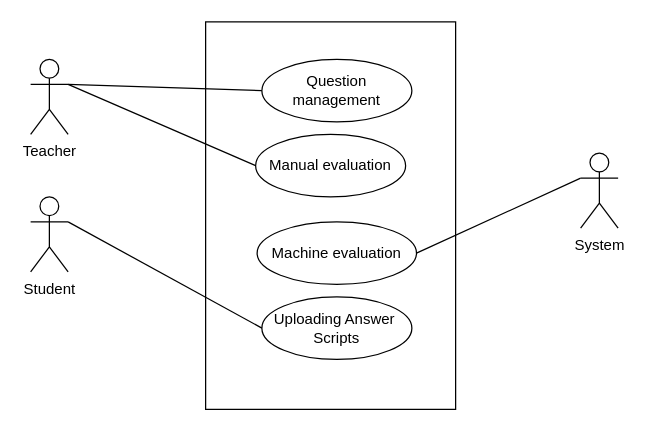
Above: page "UC level 1.4" (6 of 19) of Diagrams.drawio in shirrsho/E-shcool (draw.io), before the change. Source tidied: cells renumbered, new cells numbered last; positions are measured from the earlier drawing's top-left corner, leaving out a move shared by most shapes. Both pictures are drawn from the tidied source at 125%, with x=0, y=0 at pixel (30, 21).
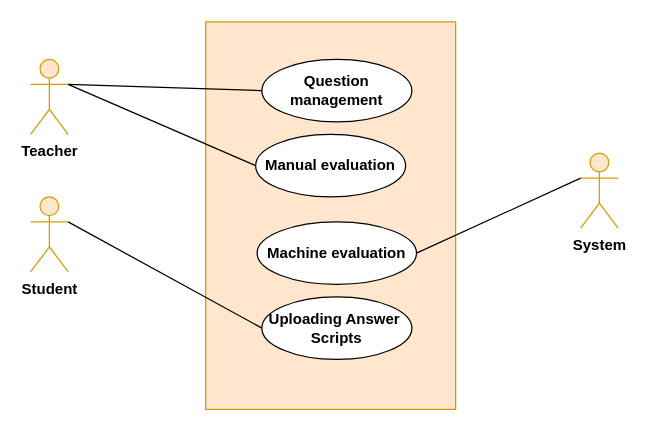
The same page after the edit.

Change to the diagram source:
```diff
@@
 <mxGraphModel>
   <root>
     <mxCell id="0" />
     <mxCell id="1" parent="0" />
-    <mxCell id="2" style="rounded=0;whiteSpace=wrap;html=1;" parent="1" vertex="1">
+    <mxCell id="2" style="rounded=0;whiteSpace=wrap;html=1;fillColor=#ffe6cc;strokeColor=#d79b00;fontStyle=1;" parent="1" vertex="1">
       <mxGeometry x="140" width="200" height="310" as="geometry" />
     </mxCell>
-    <mxCell id="3" value="Question management" style="ellipse;whiteSpace=wrap;html=1;" parent="1" vertex="1">
+    <mxCell id="3" value="Question management" style="ellipse;whiteSpace=wrap;html=1;fontStyle=1;" parent="1" vertex="1">
       <mxGeometry x="185" y="30" width="120" height="50" as="geometry" />
     </mxCell>
-    <mxCell id="4" value="Uploading Answer&amp;nbsp;&lt;br&gt;Scripts" style="ellipse;whiteSpace=wrap;html=1;" parent="1" vertex="1">
+    <mxCell id="4" value="Uploading Answer&amp;nbsp;&lt;br&gt;Scripts" style="ellipse;whiteSpace=wrap;html=1;fontStyle=1;" parent="1" vertex="1">
       <mxGeometry x="185" y="220" width="120" height="50" as="geometry" />
     </mxCell>
-    <mxCell id="5" value="Machine evaluation" style="ellipse;whiteSpace=wrap;html=1;" parent="1" vertex="1">
+    <mxCell id="5" value="Machine evaluation" style="ellipse;whiteSpace=wrap;html=1;fontStyle=1;" parent="1" vertex="1">
       <mxGeometry x="181.2" y="160" width="127.5" height="50" as="geometry" />
     </mxCell>
-    <mxCell id="6" value="Teacher" style="shape=umlActor;verticalLabelPosition=bottom;verticalAlign=top;html=1;outlineConnect=0;" parent="1" vertex="1">
+    <mxCell id="6" value="Teacher" style="shape=umlActor;verticalLabelPosition=bottom;verticalAlign=top;html=1;outlineConnect=0;fillColor=#ffe6cc;strokeColor=#d79b00;fontStyle=1;" parent="1" vertex="1">
       <mxGeometry y="30" width="30" height="60" as="geometry" />
     </mxCell>
-    <mxCell id="7" value="Student" style="shape=umlActor;verticalLabelPosition=bottom;verticalAlign=top;html=1;outlineConnect=0;" parent="1" vertex="1">
+    <mxCell id="7" value="Student" style="shape=umlActor;verticalLabelPosition=bottom;verticalAlign=top;html=1;outlineConnect=0;fillColor=#ffe6cc;strokeColor=#d79b00;fontStyle=1;" parent="1" vertex="1">
       <mxGeometry y="140" width="30" height="60" as="geometry" />
     </mxCell>
-    <mxCell id="8" style="endArrow=none;html=1;rounded=0;exitX=1;exitY=0.3333333333333333;exitDx=0;exitDy=0;exitPerimeter=0;entryX=0;entryY=0.5;entryDx=0;entryDy=0;" parent="1" edge="1" source="6" target="3">
+    <mxCell id="8" style="endArrow=none;html=1;rounded=0;exitX=1;exitY=0.3333333333333333;exitDx=0;exitDy=0;exitPerimeter=0;entryX=0;entryY=0.5;entryDx=0;entryDy=0;fontStyle=1;" parent="1" edge="1" source="6" target="3">
       <mxGeometry relative="1" as="geometry" />
     </mxCell>
-    <mxCell id="9" style="endArrow=none;html=1;rounded=0;exitX=1;exitY=0.3333333333333333;exitDx=0;exitDy=0;exitPerimeter=0;entryX=0;entryY=0.5;entryDx=0;entryDy=0;" parent="1" edge="1" source="7" target="4">
+    <mxCell id="9" style="endArrow=none;html=1;rounded=0;exitX=1;exitY=0.3333333333333333;exitDx=0;exitDy=0;exitPerimeter=0;entryX=0;entryY=0.5;entryDx=0;entryDy=0;fontStyle=1;" parent="1" edge="1" source="7" target="4">
       <mxGeometry relative="1" as="geometry" />
     </mxCell>
-    <mxCell id="10" style="endArrow=none;html=1;rounded=0;entryX=0;entryY=0.5;entryDx=0;entryDy=0;exitX=1;exitY=0.3333333333333333;exitDx=0;exitDy=0;exitPerimeter=0;" parent="1" edge="1" source="6" target="13">
+    <mxCell id="10" style="endArrow=none;html=1;rounded=0;entryX=0;entryY=0.5;entryDx=0;entryDy=0;exitX=1;exitY=0.3333333333333333;exitDx=0;exitDy=0;exitPerimeter=0;fontStyle=1;" parent="1" edge="1" source="6" target="13">
       <mxGeometry relative="1" as="geometry" />
     </mxCell>
-    <mxCell id="11" value="System" style="shape=umlActor;verticalLabelPosition=bottom;verticalAlign=top;html=1;outlineConnect=0;" parent="1" vertex="1">
+    <mxCell id="11" value="System" style="shape=umlActor;verticalLabelPosition=bottom;verticalAlign=top;html=1;outlineConnect=0;fillColor=#ffe6cc;strokeColor=#d79b00;fontStyle=1;" parent="1" vertex="1">
       <mxGeometry x="440" y="105" width="30" height="60" as="geometry" />
     </mxCell>
-    <mxCell id="12" style="endArrow=none;html=1;rounded=0;entryX=0;entryY=0.3333333333333333;entryDx=0;entryDy=0;entryPerimeter=0;exitX=1;exitY=0.5;exitDx=0;exitDy=0;" parent="1" edge="1" source="5" target="11">
+    <mxCell id="12" style="endArrow=none;html=1;rounded=0;entryX=0;entryY=0.3333333333333333;entryDx=0;entryDy=0;entryPerimeter=0;exitX=1;exitY=0.5;exitDx=0;exitDy=0;fontStyle=1;" parent="1" edge="1" source="5" target="11">
       <mxGeometry relative="1" as="geometry" />
     </mxCell>
-    <mxCell id="13" value="Manual evaluation" style="ellipse;whiteSpace=wrap;html=1;" parent="1" vertex="1">
+    <mxCell id="13" value="Manual evaluation" style="ellipse;whiteSpace=wrap;html=1;fontStyle=1;" parent="1" vertex="1">
       <mxGeometry x="180" y="90" width="120" height="50" as="geometry" />
     </mxCell>
   </root>
 </mxGraphModel>
```
